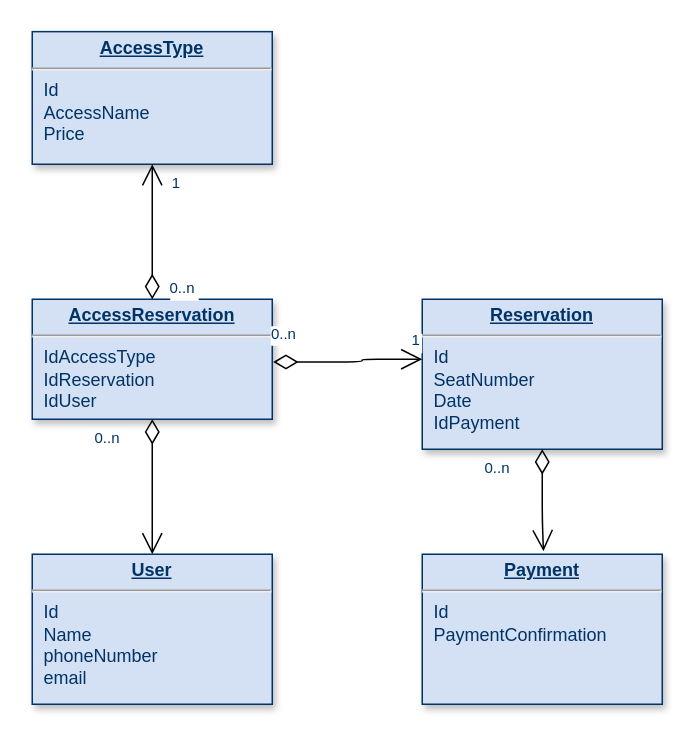
Before: subscription-system/Claudio Ricardo show ERD.drawio in felipe-campanhol/Node-React, a draw.io diagram. Source tidied: cells renumbered, new cells numbered last; positions are measured from the earlier drawing's top-left corner, leaving out a move shared by most shapes. Both pictures are drawn from the tidied source at 150%, with x=0, y=0 at pixel (32, 32).
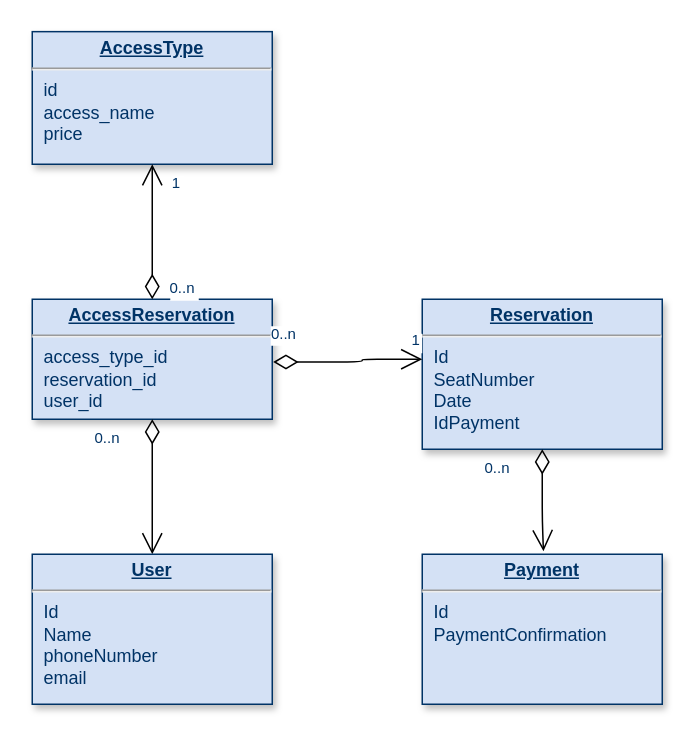
The same page after the edit.

The edit, as a diff of the source:
```diff
@@
-    <mxCell id="3" value="&lt;p style=&quot;margin: 0px ; margin-top: 4px ; text-align: center ; text-decoration: underline&quot;&gt;&lt;strong&gt;AccessReservation&lt;/strong&gt;&lt;/p&gt;&lt;hr&gt;&lt;p style=&quot;margin: 0px ; margin-left: 8px&quot;&gt;&lt;span&gt;IdAccessType&lt;/span&gt;&lt;br&gt;&lt;/p&gt;&lt;p style=&quot;margin: 0px ; margin-left: 8px&quot;&gt;IdReservation&lt;/p&gt;&lt;p style=&quot;margin: 0px ; margin-left: 8px&quot;&gt;IdUser&lt;/p&gt;" style="verticalAlign=top;align=left;overflow=fill;fontSize=12;fontFamily=Helvetica;html=1;strokeColor=#003366;shadow=1;fillColor=#D4E1F5;fontColor=#003366;" parent="1" vertex="1">
+    <mxCell id="3" value="&lt;p style=&quot;margin: 0px ; margin-top: 4px ; text-align: center ; text-decoration: underline&quot;&gt;&lt;strong&gt;AccessReservation&lt;/strong&gt;&lt;/p&gt;&lt;hr&gt;&lt;p style=&quot;margin: 0px ; margin-left: 8px&quot;&gt;&lt;span&gt;access_type_id&lt;/span&gt;&lt;br&gt;&lt;/p&gt;&lt;p style=&quot;margin: 0px ; margin-left: 8px&quot;&gt;reservation_id&lt;/p&gt;&lt;p style=&quot;margin: 0px ; margin-left: 8px&quot;&gt;user_id&lt;/p&gt;" style="verticalAlign=top;align=left;overflow=fill;fontSize=12;fontFamily=Helvetica;html=1;strokeColor=#003366;shadow=1;fillColor=#D4E1F5;fontColor=#003366;" parent="1" vertex="1">
       <mxGeometry y="178" width="160" height="80" as="geometry" />
     </mxCell>
-    <mxCell id="4" value="&lt;p style=&quot;margin: 0px ; margin-top: 4px ; text-align: center ; text-decoration: underline&quot;&gt;&lt;strong&gt;AccessType&lt;/strong&gt;&lt;/p&gt;&lt;hr&gt;&lt;p style=&quot;margin: 0px ; margin-left: 8px&quot;&gt;Id&lt;/p&gt;&lt;p style=&quot;margin: 0px ; margin-left: 8px&quot;&gt;&lt;span&gt;AccessName&lt;/span&gt;&lt;/p&gt;&lt;p style=&quot;margin: 0px ; margin-left: 8px&quot;&gt;Price&lt;/p&gt;&lt;p style=&quot;margin: 0px ; margin-left: 8px&quot;&gt;&lt;br&gt;&lt;/p&gt;" style="verticalAlign=top;align=left;overflow=fill;fontSize=12;fontFamily=Helvetica;html=1;strokeColor=#003366;shadow=1;fillColor=#D4E1F5;fontColor=#003366;" parent="1" vertex="1">
+    <mxCell id="4" value="&lt;p style=&quot;margin: 0px ; margin-top: 4px ; text-align: center ; text-decoration: underline&quot;&gt;&lt;strong&gt;AccessType&lt;/strong&gt;&lt;/p&gt;&lt;hr&gt;&lt;p style=&quot;margin: 0px ; margin-left: 8px&quot;&gt;id&lt;/p&gt;&lt;p style=&quot;margin: 0px ; margin-left: 8px&quot;&gt;&lt;span&gt;access_name&lt;/span&gt;&lt;/p&gt;&lt;p style=&quot;margin: 0px ; margin-left: 8px&quot;&gt;price&lt;/p&gt;&lt;p style=&quot;margin: 0px ; margin-left: 8px&quot;&gt;&lt;br&gt;&lt;/p&gt;" style="verticalAlign=top;align=left;overflow=fill;fontSize=12;fontFamily=Helvetica;html=1;strokeColor=#003366;shadow=1;fillColor=#D4E1F5;fontColor=#003366;" parent="1" vertex="1">
       <mxGeometry y="-0.4" width="160" height="88.4" as="geometry" />
     </mxCell>
```
